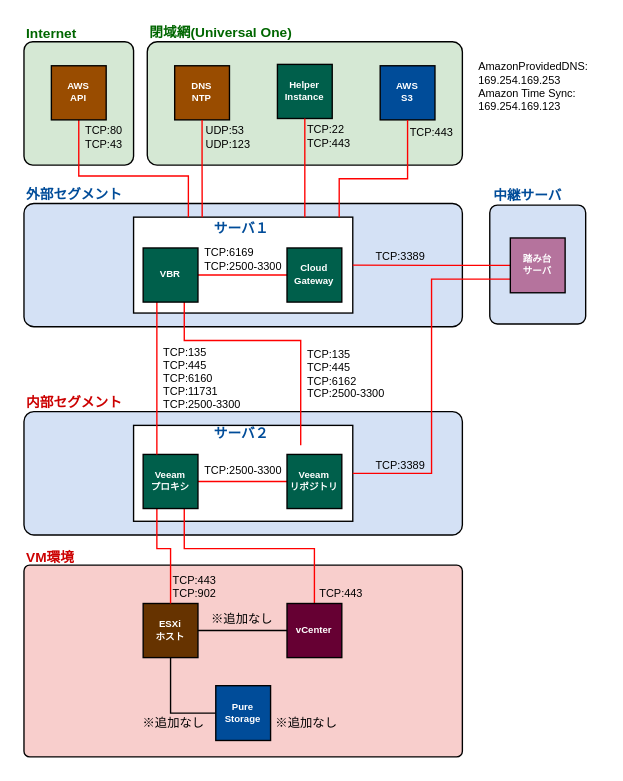
Before: Veeam構成_20241112.drawio in reizo0901/drawio, a draw.io diagram. Source tidied: cells renumbered, new cells numbered last; positions are measured from the earlier drawing's top-left corner, leaving out a move shared by most shapes. Both pictures are drawn from the tidied source at 137%, with x=0, y=0 at pixel (23, 23).
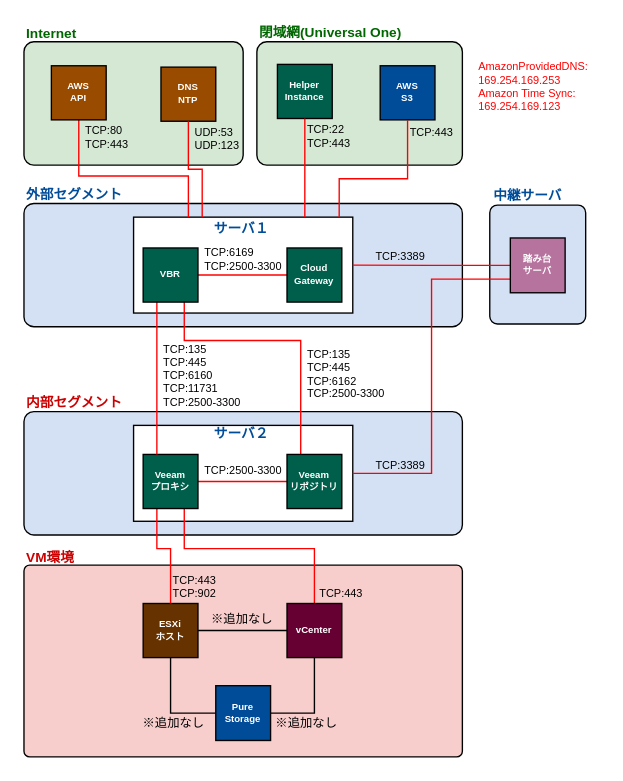
After the change.

Commit message (it also covers changes not shown here):
Veeam構成_20241112.drawio を更新します

The change refers to these unchanged cells:
```xml
<mxCell id="16" value="&lt;b&gt;&lt;font style=&quot;color: rgb(255, 255, 255);&quot;&gt;vCenter&lt;/font&gt;&lt;/b&gt;" style="rounded=0;whiteSpace=wrap;html=1;fillColor=light-dark(#660033,#EDEDED);fontSize=7;strokeWidth=1;strokeColor=default;" parent="1" vertex="1">
  <mxGeometry x="192" y="423" width="40" height="39.5" as="geometry" />
</mxCell>
<mxCell id="23" value="Pure Storage" style="rounded=0;whiteSpace=wrap;html=1;fontStyle=1;strokeColor=default;fillColor=#004C99;fontColor=light-dark(#ffffff, #ededed);fontSize=7;strokeWidth=1;" parent="1" vertex="1">
  <mxGeometry x="140" y="483" width="40" height="40" as="geometry" />
</mxCell>
<mxCell id="24" value="&lt;b&gt;&lt;font style=&quot;color: rgb(255, 255, 255);&quot;&gt;Veeam&lt;/font&gt;&lt;/b&gt;&lt;div&gt;&lt;font color=&quot;#ffffff&quot;&gt;&lt;b&gt;リポジトリ&lt;/b&gt;&lt;/font&gt;&lt;/div&gt;" style="rounded=0;whiteSpace=wrap;html=1;fillColor=light-dark(#005f4b, #ededed);fontSize=7;strokeWidth=1;strokeColor=default;" parent="1" vertex="1">
  <mxGeometry x="192" y="314.2" width="40" height="39.5" as="geometry" />
</mxCell>
```

Change to the diagram source:
```diff
@@
     <mxCell id="6" style="rounded=1;whiteSpace=wrap;html=1;arcSize=8;strokeColor=default;fillColor=#D5E8D4;" parent="1" vertex="1">
-      <mxGeometry x="90" y="13" width="230" height="90" as="geometry" />
+      <mxGeometry x="170" y="13" width="150" height="90" as="geometry" />
     </mxCell>
@@
     <mxCell id="8" style="rounded=1;whiteSpace=wrap;html=1;arcSize=8;strokeColor=default;fillColor=#D5E8D4;" parent="1" vertex="1">
-      <mxGeometry y="13" width="80" height="90" as="geometry" />
+      <mxGeometry y="13" width="160" height="90" as="geometry" />
     </mxCell>
@@
+    <mxCell id="60" style="edgeStyle=orthogonalEdgeStyle;rounded=0;jettySize=auto;html=1;exitX=0.5;exitY=1;exitDx=0;exitDy=0;entryX=1;entryY=0.5;entryDx=0;entryDy=0;endArrow=none;endFill=0;" parent="1" edge="1" source="16" target="23">
+      <mxGeometry relative="1" as="geometry" />
+    </mxCell>
@@
-    <mxCell id="19" style="edgeStyle=orthogonalEdgeStyle;shape=connector;rounded=0;orthogonalLoop=1;jettySize=auto;html=1;exitX=0.75;exitY=1;exitDx=0;exitDy=0;entryX=0.25;entryY=0;entryDx=0;entryDy=0;strokeColor=#FF0000;align=center;verticalAlign=middle;fontFamily=Helvetica;fontSize=11;fontColor=default;labelBackgroundColor=default;endArrow=none;endFill=0;" parent="1" edge="1">
+    <mxCell id="19" style="edgeStyle=orthogonalEdgeStyle;shape=connector;rounded=0;jettySize=auto;html=1;exitX=0.75;exitY=1;exitDx=0;exitDy=0;entryX=0.25;entryY=0;entryDx=0;entryDy=0;strokeColor=#FF0000;align=center;verticalAlign=middle;fontFamily=Helvetica;fontSize=11;fontColor=default;labelBackgroundColor=default;endArrow=none;endFill=0;" parent="1" edge="1" target="24">
       <mxGeometry relative="1" as="geometry">
         <mxPoint x="117" y="196.2" as="sourcePoint" />
-        <mxPoint x="202" y="307.5" as="targetPoint" />
         <Array as="points">
           <mxPoint x="117" y="231" />
           <mxPoint x="202" y="231" />
         </Array>
       </mxGeometry>
     </mxCell>
@@
     <mxCell id="35" value="閉域網(Universal One)" style="text;html=1;align=left;verticalAlign=middle;whiteSpace=wrap;rounded=0;fontSize=10;fontStyle=1;fontColor=#006600;" parent="1" vertex="1">
-      <mxGeometry x="90" width="130" height="12" as="geometry" />
+      <mxGeometry x="170" width="130" height="12" as="geometry" />
     </mxCell>
@@
-    <mxCell id="42" value="TCP:80&lt;div&gt;&lt;span style=&quot;background-color: transparent; color: light-dark(rgb(0, 0, 0), rgb(255, 255, 255));&quot;&gt;TCP:43&lt;/span&gt;&lt;/div&gt;" style="text;html=1;align=left;verticalAlign=middle;whiteSpace=wrap;rounded=0;fontSize=8;fontStyle=0;fillColor=none;" parent="1" vertex="1">
-      <mxGeometry x="43" y="73" width="40" height="20" as="geometry" />
+    <mxCell id="42" value="TCP:80&lt;div&gt;&lt;span style=&quot;background-color: transparent; color: light-dark(rgb(0, 0, 0), rgb(255, 255, 255));&quot;&gt;TCP:443&lt;/span&gt;&lt;/div&gt;" style="text;html=1;align=left;verticalAlign=middle;whiteSpace=wrap;rounded=0;fontSize=8;fontStyle=0;fillColor=none;" parent="1" vertex="1">
+      <mxGeometry x="43" y="73" width="37" height="20" as="geometry" />
     </mxCell>
@@
     <mxCell id="44" value="UDP:53&lt;div&gt;UDP:123&lt;/div&gt;" style="text;html=1;align=left;verticalAlign=middle;whiteSpace=wrap;rounded=0;fontSize=8;fontStyle=0;fillColor=none;" parent="1" vertex="1">
-      <mxGeometry x="131" y="67" width="40" height="31" as="geometry" />
+      <mxGeometry x="123" y="68.5" width="40" height="31" as="geometry" />
     </mxCell>
     <mxCell id="45" value="&lt;div&gt;&lt;font color=&quot;#ffffff&quot;&gt;&lt;b&gt;DNS&lt;/b&gt;&lt;/font&gt;&lt;/div&gt;&lt;div&gt;&lt;font color=&quot;#ffffff&quot;&gt;&lt;b&gt;NTP&lt;/b&gt;&lt;/font&gt;&lt;/div&gt;" style="rounded=0;whiteSpace=wrap;html=1;fillColor=light-dark(#994C00,#EDEDED);fontSize=7;strokeWidth=1;strokeColor=default;" parent="1" vertex="1">
-      <mxGeometry x="110" y="30.5" width="40" height="39.5" as="geometry" />
+      <mxGeometry x="100" y="31.5" width="40" height="39.5" as="geometry" />
     </mxCell>
@@
     <mxCell id="53" value="TCP:135&lt;div&gt;TCP:445&lt;div&gt;TCP:6160&lt;div&gt;TCP:11731&lt;br&gt;&lt;div&gt;&lt;span style=&quot;background-color: transparent; color: light-dark(rgb(0, 0, 0), rgb(255, 255, 255));&quot;&gt;TCP:2500-3300&lt;/span&gt;&lt;/div&gt;&lt;/div&gt;&lt;/div&gt;&lt;/div&gt;" style="text;html=1;align=left;verticalAlign=middle;whiteSpace=wrap;rounded=0;fontSize=8;fontStyle=0;fillColor=none;" parent="1" vertex="1">
-      <mxGeometry x="100" y="233.2" width="65" height="51" as="geometry" />
+      <mxGeometry x="100" y="231.2" width="65" height="51" as="geometry" />
     </mxCell>
@@
-    <mxCell id="58" value="AmazonProvidedDNS:&lt;div&gt;169.254.169.253&lt;div&gt;Amazon Time Sync:&lt;/div&gt;&lt;div&gt;169.254.169.123&lt;/div&gt;&lt;/div&gt;" style="text;html=1;align=left;verticalAlign=middle;whiteSpace=wrap;rounded=0;fontSize=8;fontStyle=0;fillColor=none;" parent="1" vertex="1">
+    <mxCell id="58" value="AmazonProvidedDNS:&lt;div&gt;169.254.169.253&lt;div&gt;Amazon Time Sync:&lt;/div&gt;&lt;div&gt;169.254.169.123&lt;/div&gt;&lt;/div&gt;" style="text;html=1;align=left;verticalAlign=middle;whiteSpace=wrap;rounded=0;fontSize=8;fontStyle=0;fillColor=none;fontColor=#FF0000;" parent="1" vertex="1">
       <mxGeometry x="330" y="21" width="90" height="50" as="geometry" />
     </mxCell>
```
